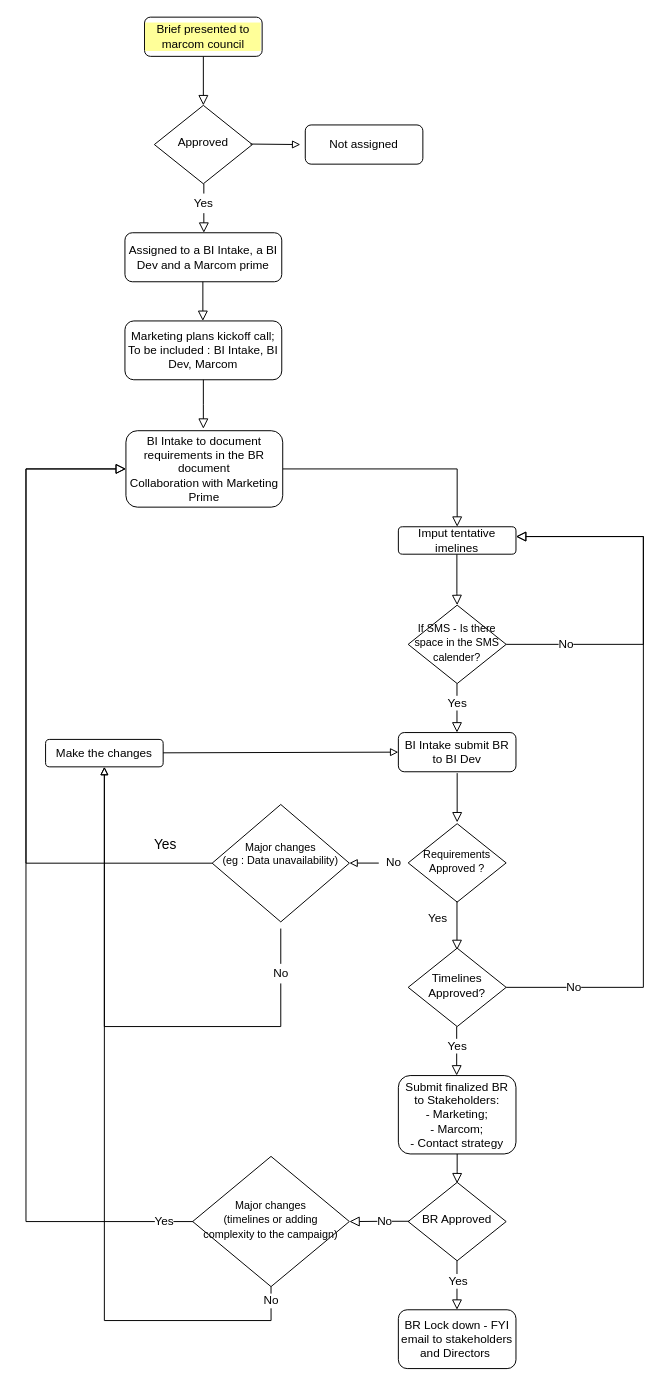
The draw.io diagram flow_campaign.drawio in gberrada/Gberrada, before the edit. Source tidied: cells renumbered, new cells numbered last; positions are measured from the earlier drawing's top-left corner, leaving out a move shared by most shapes. Both pictures are drawn from the tidied source at 98%, with x=0, y=0 at pixel (25, 17).
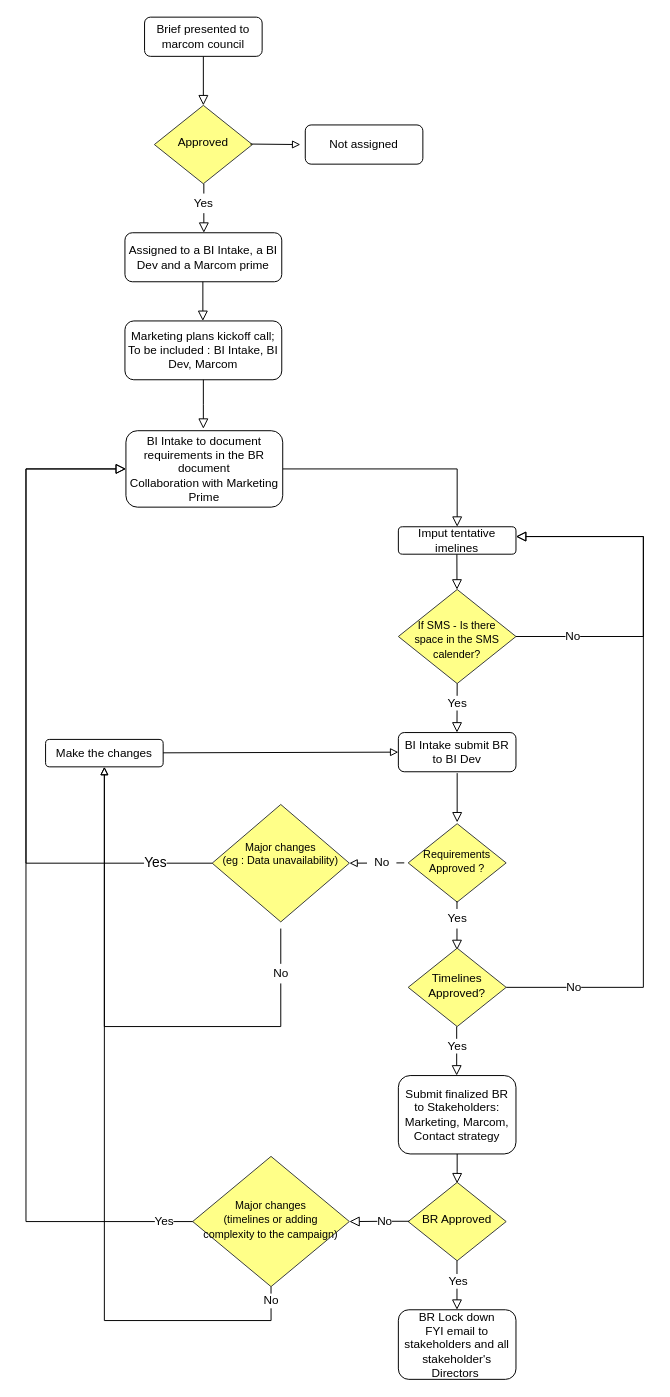
After the change.

The change refers to these unchanged cells:
```xml
<mxCell id="19" value="Imput tentative imelines " style="rounded=1;whiteSpace=wrap;html=1;fontSize=12;glass=0;strokeWidth=1;shadow=0;" parent="1" vertex="1">
  <mxGeometry x="380" y="520" width="120" height="28" as="geometry" />
</mxCell>
<mxCell id="38" style="rounded=0;html=1;jettySize=auto;fontSize=11;endArrow=block;endFill=0;endSize=8;strokeWidth=1;shadow=0;labelBackgroundColor=none;edgeStyle=orthogonalEdgeStyle;exitX=0;exitY=0.5;exitDx=0;exitDy=0;" parent="1" edge="1" source="37" target="12">
  <mxGeometry relative="1" as="geometry">
    <Array as="points">
      <mxPoint y="863" />
      <mxPoint y="461" />
    </Array>
  </mxGeometry>
</mxCell>
```

Change to the diagram source:
```diff
@@
-    <mxCell id="5" value="Brief presented to marcom council " style="rounded=1;whiteSpace=wrap;html=1;fontSize=12;glass=0;strokeWidth=1;shadow=0;labelBackgroundColor=#FFFF99;" parent="1" vertex="1">
+    <mxCell id="5" value="Brief presented to marcom council " style="rounded=1;whiteSpace=wrap;html=1;fontSize=12;glass=0;strokeWidth=1;shadow=0;labelBackgroundColor=none;" parent="1" vertex="1">
       <mxGeometry x="121" width="120" height="40" as="geometry" />
     </mxCell>
-    <mxCell id="6" value="Approved" style="rhombus;whiteSpace=wrap;html=1;shadow=0;fontFamily=Helvetica;fontSize=12;align=center;strokeWidth=1;spacing=6;spacingTop=-4;" parent="1" vertex="1">
+    <mxCell id="6" value="Approved" style="rhombus;whiteSpace=wrap;html=1;shadow=0;fontFamily=Helvetica;fontSize=12;align=center;strokeWidth=1;spacing=6;spacingTop=-4;fillColor=#ffff88;strokeColor=#36393d;" parent="1" vertex="1">
       <mxGeometry x="131" y="90" width="100" height="80" as="geometry" />
     </mxCell>
@@
-    <mxCell id="15" style="edgeStyle=orthogonalEdgeStyle;rounded=0;jettySize=auto;html=1;exitX=0;exitY=0.5;exitDx=0;exitDy=0;labelBackgroundColor=#ffffff;fontSize=12;entryX=1;entryY=0.5;entryDx=0;entryDy=0;endArrow=block;endFill=0;" parent="1" edge="1" source="47" target="37">
-      <mxGeometry relative="1" as="geometry" />
+    <mxCell id="15" style="rounded=0;jettySize=auto;html=1;labelBackgroundColor=#ffffff;fontSize=12;entryX=1;entryY=0.5;entryDx=0;entryDy=0;endArrow=block;endFill=0;" parent="1" edge="1" target="37">
+      <mxGeometry relative="1" as="geometry">
+        <mxPoint x="386" y="863" as="sourcePoint" />
+      </mxGeometry>
     </mxCell>
-    <mxCell id="16" value="&lt;font style=&quot;font-size: 11px&quot;&gt;Requirements Approved ?&lt;/font&gt;" style="rhombus;whiteSpace=wrap;html=1;shadow=0;fontFamily=Helvetica;fontSize=12;align=center;strokeWidth=1;spacing=6;spacingTop=-4;" parent="1" vertex="1">
+    <mxCell id="16" value="&lt;font style=&quot;font-size: 11px&quot;&gt;Requirements Approved ?&lt;/font&gt;" style="rhombus;whiteSpace=wrap;html=1;shadow=0;fontFamily=Helvetica;fontSize=12;align=center;strokeWidth=1;spacing=6;spacingTop=-4;fillColor=#ffff88;strokeColor=#36393d;" parent="1" vertex="1">
       <mxGeometry x="390" y="823" width="100" height="80" as="geometry" />
     </mxCell>
@@
-    <mxCell id="18" value="Yes" style="text;html=1;align=center;verticalAlign=middle;" parent="1" vertex="1">
-      <mxGeometry x="400" y="910" width="40" height="20" as="geometry" />
+    <mxCell id="18" value="Yes" style="text;html=1;align=center;verticalAlign=middle;fillColor=#ffffff;" parent="1" vertex="1">
+      <mxGeometry x="420" y="910" width="40" height="20" as="geometry" />
     </mxCell>
@@
-    <mxCell id="20" style="rounded=0;html=1;jettySize=auto;fontSize=11;endArrow=block;endFill=0;endSize=8;strokeWidth=1;shadow=0;labelBackgroundColor=none;edgeStyle=orthogonalEdgeStyle;entryX=0.5;entryY=0;entryDx=0;entryDy=0;" parent="1" edge="1" target="21">
+    <mxCell id="20" style="rounded=0;html=1;jettySize=auto;fontSize=11;endArrow=block;endFill=0;endSize=8;strokeWidth=1;shadow=0;labelBackgroundColor=none;" parent="1" edge="1" target="21">
       <mxGeometry relative="1" as="geometry">
         <mxPoint x="439.7" y="548.1" as="sourcePoint" />
-        <Array as="points">
-          <mxPoint x="440" y="588" />
-        </Array>
       </mxGeometry>
     </mxCell>
-    <mxCell id="21" value="&lt;font style=&quot;font-size: 11px&quot;&gt;If SMS - Is there space in the SMS calender? &lt;/font&gt;" style="rhombus;whiteSpace=wrap;html=1;shadow=0;fontFamily=Helvetica;fontSize=12;align=center;strokeWidth=1;spacing=6;spacingTop=-4;" parent="1" vertex="1">
-      <mxGeometry x="390" y="600" width="100" height="80" as="geometry" />
+    <mxCell id="21" value="&lt;font style=&quot;font-size: 11px&quot;&gt;If SMS - Is there space in the SMS calender? &lt;/font&gt;" style="rhombus;whiteSpace=wrap;html=1;shadow=0;fontFamily=Helvetica;fontSize=12;align=center;strokeWidth=1;spacing=6;spacingTop=5;fillColor=#ffff88;strokeColor=#36393d;" parent="1" vertex="1">
+      <mxGeometry x="380" y="584" width="120" height="96" as="geometry" />
     </mxCell>
-    <mxCell id="22" style="rounded=0;html=1;jettySize=auto;orthogonalLoop=1;fontSize=11;endArrow=block;endFill=0;endSize=8;strokeWidth=1;shadow=0;labelBackgroundColor=none;edgeStyle=orthogonalEdgeStyle;" parent="1" edge="1">
+    <mxCell id="22" style="rounded=0;html=1;jettySize=auto;orthogonalLoop=1;fontSize=11;endArrow=block;endFill=0;endSize=8;strokeWidth=1;shadow=0;labelBackgroundColor=none;" parent="1" edge="1">
       <mxGeometry relative="1" as="geometry">
-        <mxPoint x="439.8" y="680" as="sourcePoint" />
+        <mxPoint x="440" y="680" as="sourcePoint" />
         <mxPoint x="439.8" y="730" as="targetPoint" />
       </mxGeometry>
     </mxCell>
@@
     <mxCell id="24" value="No" style="edgeStyle=orthogonalEdgeStyle;rounded=0;html=1;jettySize=auto;fontSize=12;endArrow=block;endFill=0;endSize=8;strokeWidth=1;shadow=0;labelBackgroundColor=#ffffff;exitX=1;exitY=0.5;exitDx=0;exitDy=0;entryX=1;entryY=0.357;entryDx=0;entryDy=0;entryPerimeter=0;" parent="1" edge="1" source="21" target="19">
       <mxGeometry x="-0.68" relative="1" as="geometry">
         <Array as="points">
-          <mxPoint x="630" y="640" />
+          <mxPoint x="630" y="632" />
           <mxPoint x="630" y="530" />
         </Array>
       </mxGeometry>
     </mxCell>
@@
-    <mxCell id="26" value="Timelines Approved?" style="rhombus;whiteSpace=wrap;html=1;shadow=0;fontFamily=Helvetica;fontSize=12;align=center;strokeWidth=1;spacing=6;spacingTop=-4;" parent="1" vertex="1">
+    <mxCell id="26" value="Timelines Approved?" style="rhombus;whiteSpace=wrap;html=1;shadow=0;fontFamily=Helvetica;fontSize=12;align=center;strokeWidth=1;spacing=6;spacingTop=-4;fillColor=#ffff88;strokeColor=#36393d;" parent="1" vertex="1">
       <mxGeometry x="390" y="950" width="100" height="80" as="geometry" />
     </mxCell>
@@
-    <mxCell id="29" value="&lt;div&gt;Submit finalized BR to Stakeholders: &lt;br&gt;&lt;/div&gt;&lt;div&gt;- Marketing; &lt;br&gt;&lt;/div&gt;&lt;div&gt;- Marcom; &lt;br&gt;&lt;/div&gt;&lt;div&gt;- Contact strategy&lt;br&gt;&lt;/div&gt;" style="rounded=1;whiteSpace=wrap;html=1;fontSize=12;glass=0;strokeWidth=1;shadow=0;" parent="1" vertex="1">
+    <mxCell id="29" value="&lt;div&gt;Submit finalized BR to Stakeholders: Marketing, Marcom, Contact strategy&lt;br&gt;&lt;/div&gt;" style="rounded=1;whiteSpace=wrap;html=1;fontSize=12;glass=0;strokeWidth=1;shadow=0;" parent="1" vertex="1">
       <mxGeometry x="380" y="1080" width="120" height="80" as="geometry" />
     </mxCell>
@@
-    <mxCell id="31" value="BR Approved" style="rhombus;whiteSpace=wrap;html=1;shadow=0;fontFamily=Helvetica;fontSize=12;align=center;strokeWidth=1;spacing=6;spacingTop=-4;" parent="1" vertex="1">
+    <mxCell id="31" value="BR Approved" style="rhombus;whiteSpace=wrap;html=1;shadow=0;fontFamily=Helvetica;fontSize=12;align=center;strokeWidth=1;spacing=6;spacingTop=-4;fillColor=#ffff88;strokeColor=#36393d;" parent="1" vertex="1">
       <mxGeometry x="390" y="1189" width="100" height="80" as="geometry" />
     </mxCell>
@@
-    <mxCell id="34" value="BR Lock down - FYI email to stakeholders and Directors&amp;nbsp; " style="rounded=1;whiteSpace=wrap;html=1;fontSize=12;glass=0;strokeWidth=1;shadow=0;" parent="1" vertex="1">
-      <mxGeometry x="380" y="1319" width="120" height="60" as="geometry" />
+    <mxCell id="34" value="&lt;div&gt;BR Lock down&lt;br&gt;&lt;/div&gt;&lt;div&gt;FYI email to stakeholders and all stakeholder's Directors&amp;nbsp; &lt;/div&gt;" style="rounded=1;whiteSpace=wrap;html=1;fontSize=12;glass=0;strokeWidth=1;shadow=0;" parent="1" vertex="1">
+      <mxGeometry x="380" y="1319" width="120" height="71" as="geometry" />
     </mxCell>
@@
-    <mxCell id="37" value="&lt;div style=&quot;font-size: 11px;&quot;&gt;&lt;font style=&quot;font-size: 11px;&quot;&gt;Major changes&lt;br style=&quot;font-size: 11px;&quot;&gt;&lt;/font&gt;&lt;/div&gt;&lt;div style=&quot;font-size: 11px;&quot;&gt;&lt;font style=&quot;font-size: 11px;&quot;&gt;(eg : Data unavailability)&lt;/font&gt;&lt;/div&gt;" style="rhombus;whiteSpace=wrap;html=1;shadow=0;fontFamily=Helvetica;fontSize=11;align=center;strokeWidth=1;spacing=1;spacingTop=-18;" parent="1" vertex="1">
+    <mxCell id="37" value="&lt;div style=&quot;font-size: 11px;&quot;&gt;&lt;font style=&quot;font-size: 11px;&quot;&gt;Major changes&lt;br style=&quot;font-size: 11px;&quot;&gt;&lt;/font&gt;&lt;/div&gt;&lt;div style=&quot;font-size: 11px;&quot;&gt;&lt;font style=&quot;font-size: 11px;&quot;&gt;(eg : Data unavailability)&lt;/font&gt;&lt;/div&gt;" style="rhombus;whiteSpace=wrap;html=1;shadow=0;fontFamily=Helvetica;fontSize=11;align=center;strokeWidth=1;spacing=1;spacingTop=-18;fillColor=#ffff88;strokeColor=#36393d;" parent="1" vertex="1">
       <mxGeometry x="190" y="803.4" width="140" height="119.8" as="geometry" />
     </mxCell>
@@
     <mxCell id="39" value="Yes" style="text;html=1;align=center;verticalAlign=middle;labelBackgroundColor=#ffffff;fontSize=14;spacingLeft=7;spacingRight=5;" parent="38" vertex="1">
       <mxGeometry x="-0.1" y="-1" relative="1" as="geometry">
-        <mxPoint x="139" y="102" as="offset" />
+        <mxPoint x="129.9" y="121.3" as="offset" />
       </mxGeometry>
     </mxCell>
@@
-    <mxCell id="47" value="No" style="text;html=1;align=center;verticalAlign=middle;points=[];" parent="1" vertex="1">
-      <mxGeometry x="360" y="853.2" width="30" height="20" as="geometry" />
+    <mxCell id="47" value="No" style="text;html=1;align=center;verticalAlign=middle;points=[];fillColor=#ffffff;" parent="1" vertex="1">
+      <mxGeometry x="348" y="853.2" width="30" height="20" as="geometry" />
     </mxCell>
-    <mxCell id="48" style="edgeStyle=orthogonalEdgeStyle;rounded=0;jettySize=auto;html=1;exitX=0;exitY=0.5;exitDx=0;exitDy=0;labelBackgroundColor=#ffffff;fontSize=12;entryX=1;entryY=0.5;entryDx=0;entryDy=0;endArrow=block;endFill=0;" parent="1" edge="1" source="16" target="47">
-      <mxGeometry relative="1" as="geometry" />
-    </mxCell>
@@
-    <mxCell id="51" value="&lt;div&gt;&lt;font style=&quot;font-size: 11px&quot;&gt;Major changes&lt;/font&gt;&lt;/div&gt;&lt;div&gt;&lt;font style=&quot;font-size: 11px&quot;&gt;(timelines or adding complexity to the campaign) &lt;/font&gt;&lt;/div&gt;" style="rhombus;whiteSpace=wrap;html=1;shadow=0;fontFamily=Helvetica;fontSize=12;align=center;strokeWidth=1;spacing=6;spacingTop=-4;labelBackgroundColor=none;" parent="1" vertex="1">
+    <mxCell id="51" value="&lt;div&gt;&lt;font style=&quot;font-size: 11px&quot;&gt;Major changes&lt;/font&gt;&lt;/div&gt;&lt;div&gt;&lt;font style=&quot;font-size: 11px&quot;&gt;(timelines or adding complexity to the campaign) &lt;/font&gt;&lt;/div&gt;" style="rhombus;whiteSpace=wrap;html=1;shadow=0;fontFamily=Helvetica;fontSize=12;align=center;strokeWidth=1;spacing=6;spacingTop=-4;labelBackgroundColor=none;fillColor=#ffff88;strokeColor=#36393d;" parent="1" vertex="1">
       <mxGeometry x="170.1" y="1162.5" width="159.9" height="132.9" as="geometry" />
     </mxCell>
```
